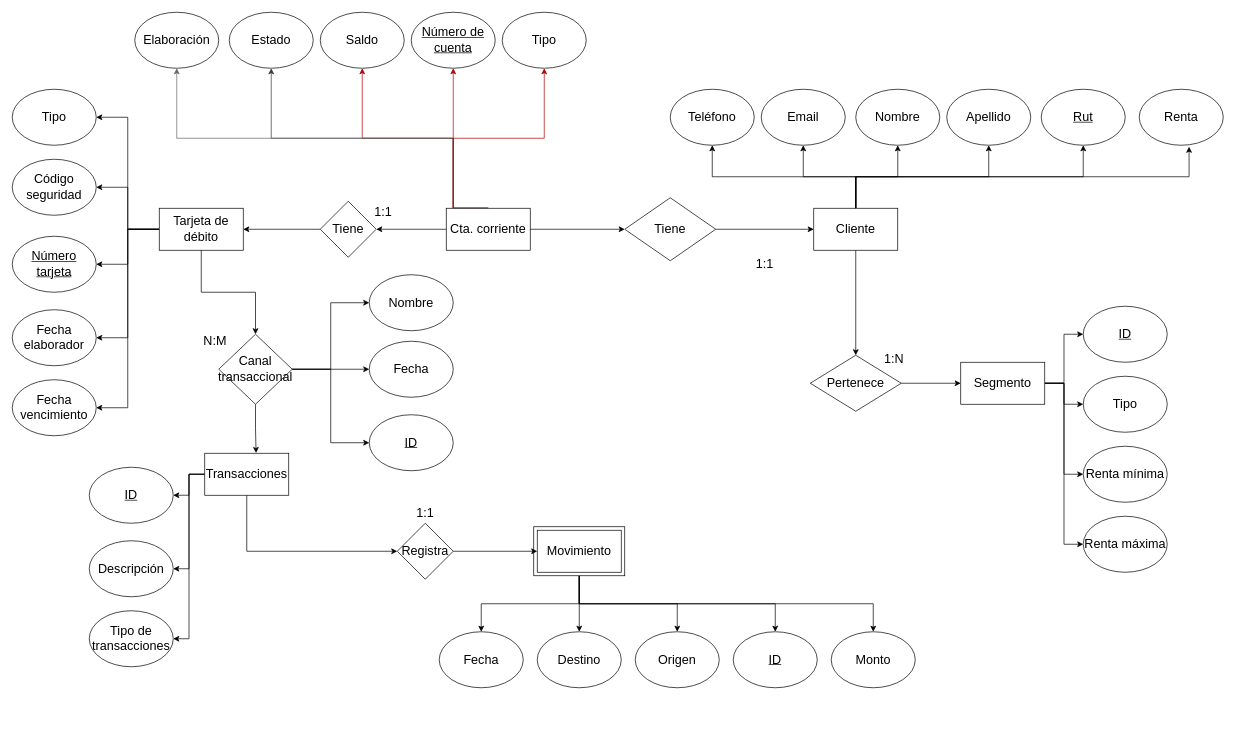
Above: Modelo entidad relación.drawio in VicenteMuhr/Database (draw.io), before the change. Source tidied: cells renumbered, new cells numbered last; positions are measured from the earlier drawing's top-left corner, leaving out a move shared by most shapes. Both pictures are drawn from the tidied source at 70%, with x=0, y=0 at pixel (12, 12).
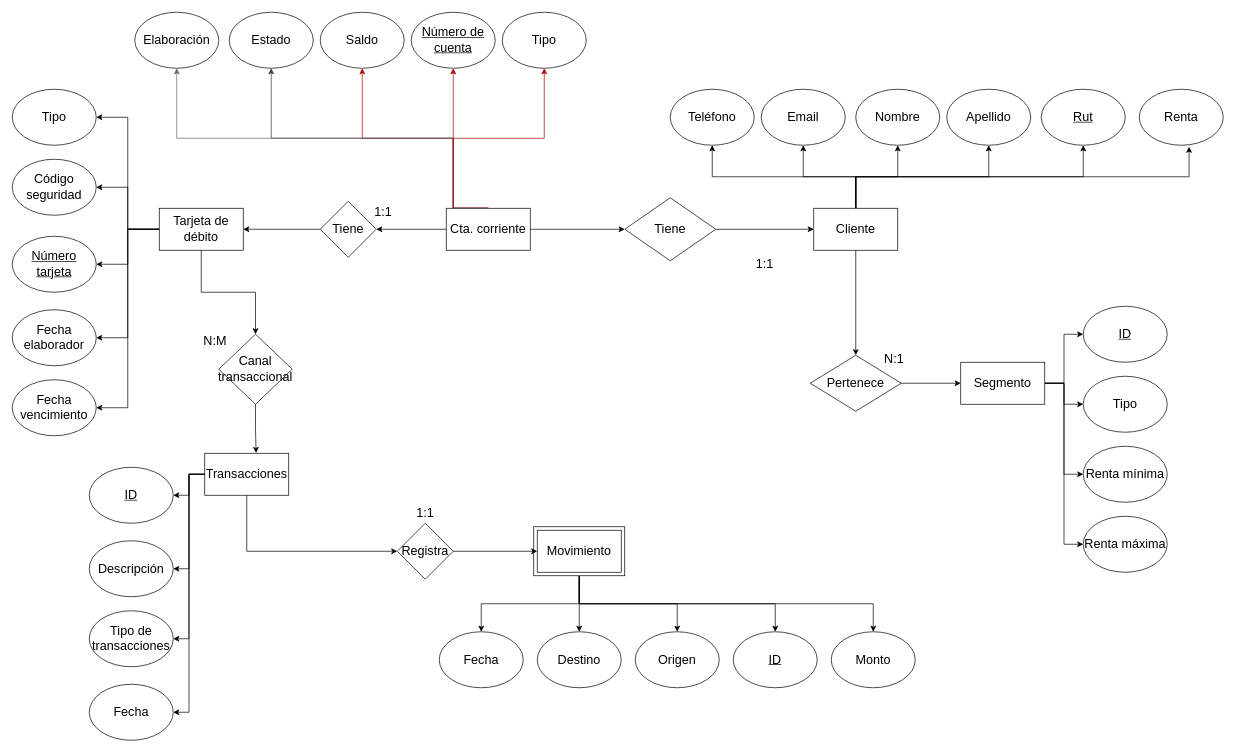
The same page after the edit.

The change refers to these unchanged cells:
```xml
<mxCell id="38" value="&lt;font style=&quot;font-size: 18px;&quot;&gt;Transacciones&lt;/font&gt;" style="rounded=0;whiteSpace=wrap;html=1;" parent="1" vertex="1">
  <mxGeometry x="275" y="630" width="120" height="60" as="geometry" />
</mxCell>
<mxCell id="85" value="&lt;font style=&quot;font-size: 18px;&quot;&gt;Canal transaccional&lt;/font&gt;" style="rhombus;whiteSpace=wrap;html=1;" parent="1" vertex="1">
  <mxGeometry x="295" y="460" width="105" height="100" as="geometry" />
</mxCell>
```

Change to the diagram source:
```diff
@@
+    <mxCell id="91" style="edgeStyle=orthogonalEdgeStyle;rounded=0;jettySize=auto;html=1;exitX=0;exitY=0.5;exitDx=0;exitDy=0;entryX=1;entryY=0.5;entryDx=0;entryDy=0;" parent="1" edge="1" source="38" target="42">
+      <mxGeometry relative="1" as="geometry" />
+    </mxCell>
@@
-    <mxCell id="41" value="&lt;font style=&quot;font-size: 18px;&quot;&gt;&lt;u&gt;ID&lt;/u&gt;&lt;/font&gt;" style="ellipse;whiteSpace=wrap;html=1;" parent="1" vertex="1">
-      <mxGeometry x="510" y="575" width="120" height="80" as="geometry" />
-    </mxCell>
     <mxCell id="42" value="&lt;font style=&quot;font-size: 18px;&quot;&gt;Fecha&lt;/font&gt;" style="ellipse;whiteSpace=wrap;html=1;" parent="1" vertex="1">
-      <mxGeometry x="510" y="470" width="120" height="80" as="geometry" />
+      <mxGeometry x="110" y="960" width="120" height="80" as="geometry" />
     </mxCell>
-    <mxCell id="43" value="&lt;font style=&quot;font-size: 18px;&quot;&gt;Nombre&lt;/font&gt;" style="ellipse;whiteSpace=wrap;html=1;" parent="1" vertex="1">
-      <mxGeometry x="510" y="375" width="120" height="80" as="geometry" />
-    </mxCell>
@@
-    <mxCell id="78" value="&lt;font style=&quot;font-size: 18px;&quot;&gt;1:N&lt;/font&gt;" style="text;html=1;align=center;verticalAlign=middle;whiteSpace=wrap;rounded=0;" parent="1" vertex="1">
+    <mxCell id="78" value="&lt;span style=&quot;font-size: 18px;&quot;&gt;N:1&lt;/span&gt;" style="text;html=1;align=center;verticalAlign=middle;whiteSpace=wrap;rounded=0;" parent="1" vertex="1">
       <mxGeometry x="1230" y="480" width="60" height="30" as="geometry" />
     </mxCell>
@@
-    <mxCell id="82" style="edgeStyle=orthogonalEdgeStyle;rounded=0;jettySize=auto;html=1;exitX=1;exitY=0.5;exitDx=0;exitDy=0;entryX=0;entryY=0.5;entryDx=0;entryDy=0;" parent="1" edge="1" source="85" target="43">
-      <mxGeometry relative="1" as="geometry" />
-    </mxCell>
-    <mxCell id="83" style="edgeStyle=orthogonalEdgeStyle;rounded=0;jettySize=auto;html=1;exitX=1;exitY=0.5;exitDx=0;exitDy=0;entryX=0;entryY=0.5;entryDx=0;entryDy=0;" parent="1" edge="1" source="85" target="42">
-      <mxGeometry relative="1" as="geometry" />
-    </mxCell>
-    <mxCell id="84" style="edgeStyle=orthogonalEdgeStyle;rounded=0;jettySize=auto;html=1;exitX=1;exitY=0.5;exitDx=0;exitDy=0;entryX=0;entryY=0.5;entryDx=0;entryDy=0;" parent="1" edge="1" source="85" target="41">
-      <mxGeometry relative="1" as="geometry" />
-    </mxCell>
```
